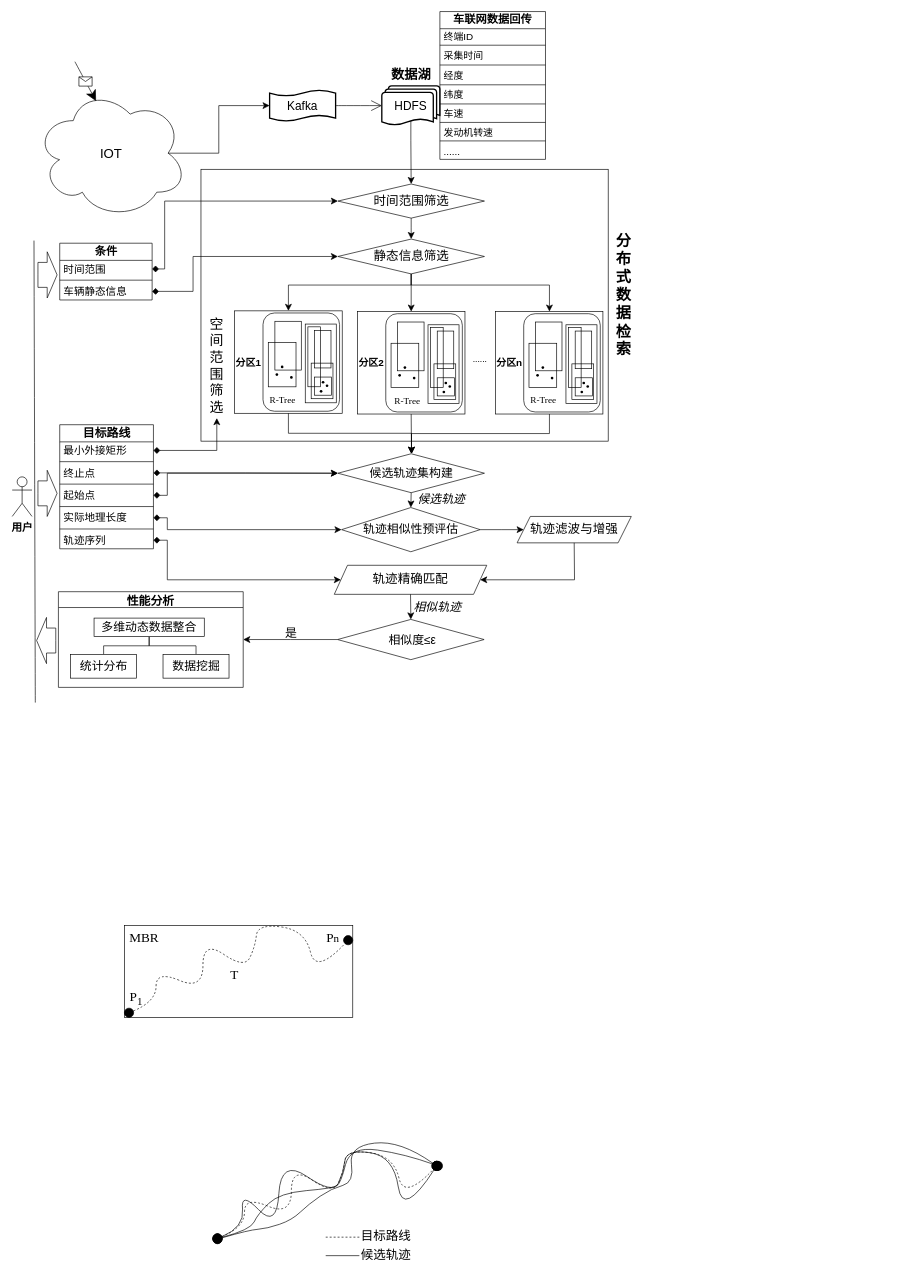
This is 专利1.drawio from wangwuhua11/draw, a draw.io file, before an edit. Source tidied: cells renumbered, new cells numbered last; positions are measured from the earlier drawing's top-left corner, leaving out a move shared by most shapes. Both pictures are drawn from the tidied source at 66%, with x=0, y=0 at pixel (12, 11).
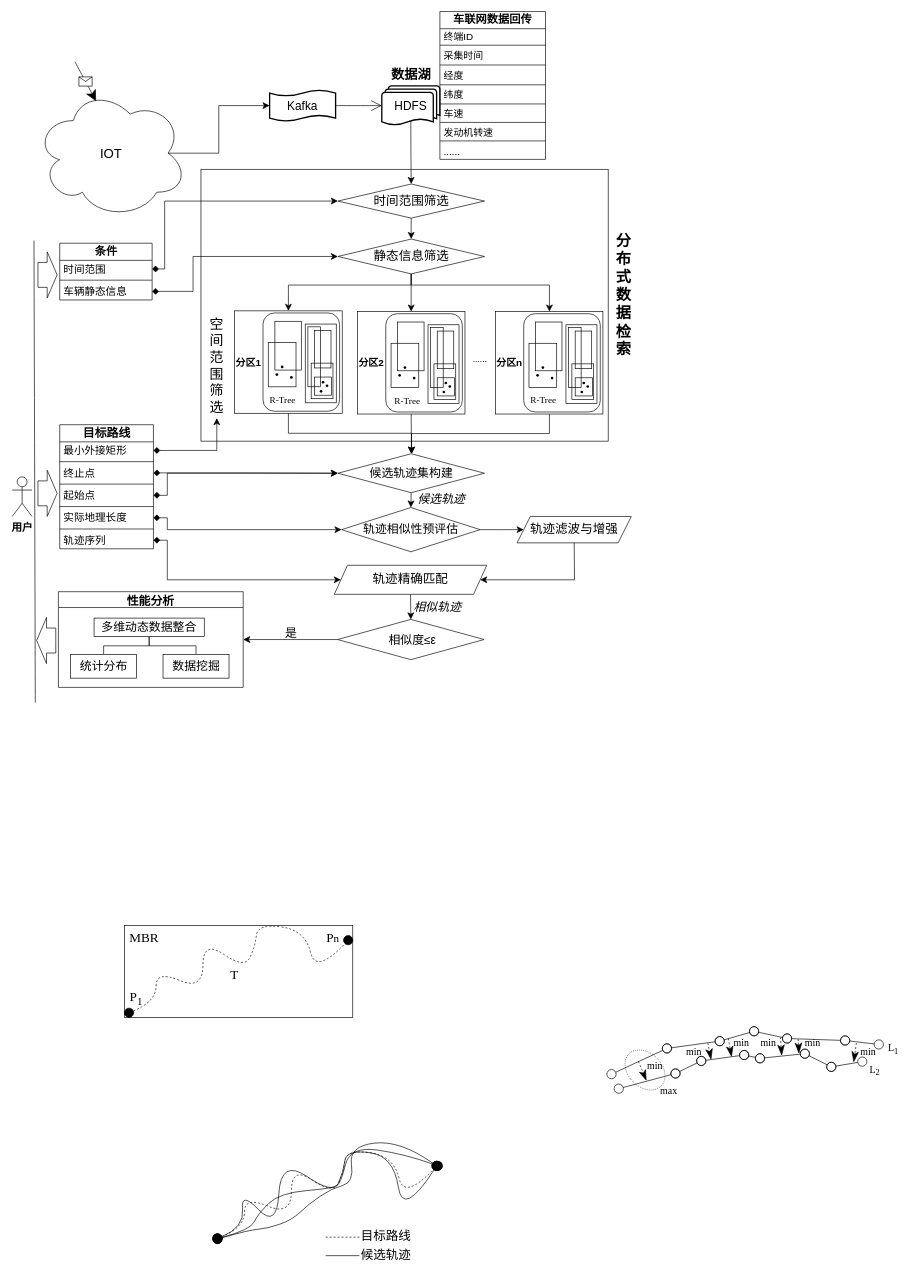
The same page after the edit.

Change to the diagram source:
```diff
@@
+    <mxCell id="154" style="ellipse;whiteSpace=wrap;html=1;fontFamily=Architects Daughter;dashed=1;dashPattern=1 2;rotation=45;" parent="1" vertex="1">
+      <mxGeometry x="924.3" y="1578.2" width="69" height="51" as="geometry" />
+    </mxCell>
@@
+    <mxCell id="155" style="endArrow=oval;html=1;rounded=0;fontFamily=Architects Daughter;fontSize=16;startSize=14;endSize=14;sourcePerimeterSpacing=4;targetPerimeterSpacing=8;startArrow=oval;startFill=0;endFill=0;" parent="1" edge="1">
+      <mxGeometry relative="1" as="geometry">
+        <mxPoint x="908" y="1610" as="sourcePoint" />
+        <mxPoint x="992" y="1571" as="targetPoint" />
+      </mxGeometry>
+    </mxCell>
+    <mxCell id="156" style="endArrow=oval;html=1;rounded=0;fontFamily=Architects Daughter;fontSize=16;startSize=14;endSize=14;sourcePerimeterSpacing=4;targetPerimeterSpacing=8;startArrow=oval;startFill=0;endFill=0;" parent="1" edge="1">
+      <mxGeometry relative="1" as="geometry">
+        <mxPoint x="992" y="1571" as="sourcePoint" />
+        <mxPoint x="1072" y="1560" as="targetPoint" />
+      </mxGeometry>
+    </mxCell>
+    <mxCell id="157" style="endArrow=oval;html=1;rounded=0;fontFamily=Architects Daughter;fontSize=16;startSize=14;endSize=14;sourcePerimeterSpacing=4;targetPerimeterSpacing=8;startArrow=oval;startFill=0;endFill=0;" parent="1" edge="1">
+      <mxGeometry relative="1" as="geometry">
+        <mxPoint x="1072" y="1560" as="sourcePoint" />
+        <mxPoint x="1124" y="1545" as="targetPoint" />
+      </mxGeometry>
+    </mxCell>
+    <mxCell id="158" style="endArrow=oval;html=1;rounded=0;fontFamily=Architects Daughter;fontSize=16;startSize=14;endSize=14;sourcePerimeterSpacing=4;targetPerimeterSpacing=8;startArrow=oval;startFill=0;endFill=0;" parent="1" edge="1">
+      <mxGeometry relative="1" as="geometry">
+        <mxPoint x="1124" y="1545" as="sourcePoint" />
+        <mxPoint x="1174" y="1556" as="targetPoint" />
+      </mxGeometry>
+    </mxCell>
+    <mxCell id="159" style="endArrow=oval;html=1;rounded=0;fontFamily=Architects Daughter;fontSize=16;startSize=14;endSize=14;sourcePerimeterSpacing=4;targetPerimeterSpacing=8;startArrow=oval;startFill=0;endFill=0;" parent="1" edge="1">
+      <mxGeometry relative="1" as="geometry">
+        <mxPoint x="1174" y="1556" as="sourcePoint" />
+        <mxPoint x="1262" y="1559" as="targetPoint" />
+      </mxGeometry>
+    </mxCell>
+    <mxCell id="160" style="endArrow=oval;html=1;rounded=0;fontFamily=Architects Daughter;fontSize=16;startSize=14;endSize=14;sourcePerimeterSpacing=4;targetPerimeterSpacing=8;startArrow=oval;startFill=0;endFill=0;" parent="1" edge="1">
+      <mxGeometry relative="1" as="geometry">
+        <mxPoint x="1262" y="1559" as="sourcePoint" />
+        <mxPoint x="1313" y="1565" as="targetPoint" />
+      </mxGeometry>
+    </mxCell>
+    <mxCell id="161" style="endArrow=oval;html=1;rounded=0;fontFamily=Architects Daughter;fontSize=16;startSize=14;endSize=14;sourcePerimeterSpacing=4;targetPerimeterSpacing=8;startArrow=oval;startFill=0;endFill=0;" parent="1" edge="1">
+      <mxGeometry relative="1" as="geometry">
+        <mxPoint x="919" y="1632" as="sourcePoint" />
+        <mxPoint x="1005" y="1609" as="targetPoint" />
+      </mxGeometry>
+    </mxCell>
+    <mxCell id="162" style="endArrow=oval;html=1;rounded=0;fontFamily=Architects Daughter;fontSize=16;startSize=14;endSize=14;sourcePerimeterSpacing=4;targetPerimeterSpacing=8;startArrow=oval;startFill=0;endFill=0;" parent="1" edge="1">
+      <mxGeometry relative="1" as="geometry">
+        <mxPoint x="1005" y="1609" as="sourcePoint" />
+        <mxPoint x="1044" y="1590" as="targetPoint" />
+      </mxGeometry>
+    </mxCell>
+    <mxCell id="163" style="endArrow=oval;html=1;rounded=0;fontFamily=Architects Daughter;fontSize=16;startSize=14;endSize=14;sourcePerimeterSpacing=4;targetPerimeterSpacing=8;startArrow=oval;startFill=0;endFill=0;" parent="1" edge="1">
+      <mxGeometry relative="1" as="geometry">
+        <mxPoint x="1109" y="1581" as="sourcePoint" />
+        <mxPoint x="1133" y="1586" as="targetPoint" />
+      </mxGeometry>
+    </mxCell>
+    <mxCell id="164" style="endArrow=oval;html=1;rounded=0;fontFamily=Architects Daughter;fontSize=16;startSize=14;endSize=14;sourcePerimeterSpacing=4;targetPerimeterSpacing=8;startArrow=oval;startFill=0;endFill=0;" parent="1" edge="1">
+      <mxGeometry relative="1" as="geometry">
+        <mxPoint x="1133" y="1586" as="sourcePoint" />
+        <mxPoint x="1201" y="1579" as="targetPoint" />
+      </mxGeometry>
+    </mxCell>
+    <mxCell id="165" style="endArrow=oval;html=1;rounded=0;fontFamily=Architects Daughter;fontSize=16;startSize=14;endSize=14;sourcePerimeterSpacing=4;targetPerimeterSpacing=8;startArrow=oval;startFill=0;endFill=0;" parent="1" edge="1">
+      <mxGeometry relative="1" as="geometry">
+        <mxPoint x="1201" y="1579" as="sourcePoint" />
+        <mxPoint x="1241" y="1599" as="targetPoint" />
+      </mxGeometry>
+    </mxCell>
+    <mxCell id="166" style="endArrow=oval;html=1;rounded=0;fontFamily=Architects Daughter;fontSize=16;startSize=14;endSize=14;sourcePerimeterSpacing=4;targetPerimeterSpacing=8;startArrow=oval;startFill=0;endFill=0;" parent="1" edge="1">
+      <mxGeometry relative="1" as="geometry">
+        <mxPoint x="1241" y="1599" as="sourcePoint" />
+        <mxPoint x="1288" y="1591" as="targetPoint" />
+      </mxGeometry>
+    </mxCell>
+    <mxCell id="167" style="endArrow=oval;html=1;rounded=0;fontFamily=Architects Daughter;fontSize=16;startSize=14;endSize=14;sourcePerimeterSpacing=4;targetPerimeterSpacing=8;startArrow=oval;startFill=0;endFill=0;" parent="1" edge="1">
+      <mxGeometry relative="1" as="geometry">
+        <mxPoint x="1044" y="1590" as="sourcePoint" />
+        <mxPoint x="1109" y="1581" as="targetPoint" />
+      </mxGeometry>
+    </mxCell>
+    <mxCell id="168" style="endArrow=classicThin;html=1;rounded=0;fontFamily=Architects Daughter;fontSize=16;startSize=6;endSize=14;sourcePerimeterSpacing=8;targetPerimeterSpacing=8;curved=1;dashed=1;endFill=1;strokeWidth=1;" parent="1" edge="1">
+      <mxGeometry relative="1" as="geometry">
+        <mxPoint x="949" y="1591" as="sourcePoint" />
+        <mxPoint x="961" y="1620" as="targetPoint" />
+      </mxGeometry>
+    </mxCell>
+    <mxCell id="169" style="endArrow=classicThin;html=1;rounded=0;fontFamily=Architects Daughter;fontSize=16;startSize=6;endSize=14;sourcePerimeterSpacing=8;targetPerimeterSpacing=8;curved=1;dashed=1;endFill=1;strokeWidth=1;" parent="1" edge="1">
+      <mxGeometry relative="1" as="geometry">
+        <mxPoint x="1054" y="1563" as="sourcePoint" />
+        <mxPoint x="1059" y="1588" as="targetPoint" />
+      </mxGeometry>
+    </mxCell>
+    <mxCell id="170" style="endArrow=classicThin;html=1;rounded=0;fontFamily=Architects Daughter;fontSize=16;startSize=6;endSize=14;sourcePerimeterSpacing=8;targetPerimeterSpacing=8;curved=1;dashed=1;endFill=1;strokeWidth=1;" parent="1" edge="1">
+      <mxGeometry relative="1" as="geometry">
+        <mxPoint x="1085" y="1556" as="sourcePoint" />
+        <mxPoint x="1090" y="1584" as="targetPoint" />
+      </mxGeometry>
+    </mxCell>
+    <mxCell id="171" style="endArrow=classicThin;html=1;rounded=0;fontFamily=Architects Daughter;fontSize=16;startSize=6;endSize=14;sourcePerimeterSpacing=8;targetPerimeterSpacing=8;curved=1;dashed=1;endFill=1;strokeWidth=1;" parent="1" edge="1">
+      <mxGeometry relative="1" as="geometry">
+        <mxPoint x="1164" y="1554" as="sourcePoint" />
+        <mxPoint x="1166" y="1582" as="targetPoint" />
+      </mxGeometry>
+    </mxCell>
+    <mxCell id="172" style="endArrow=classicThin;html=1;rounded=0;fontFamily=Architects Daughter;fontSize=16;startSize=6;endSize=14;sourcePerimeterSpacing=8;targetPerimeterSpacing=8;curved=1;dashed=1;endFill=1;strokeWidth=1;" parent="1" edge="1">
+      <mxGeometry relative="1" as="geometry">
+        <mxPoint x="1191" y="1557" as="sourcePoint" />
+        <mxPoint x="1192" y="1579" as="targetPoint" />
+      </mxGeometry>
+    </mxCell>
+    <mxCell id="173" style="endArrow=classicThin;html=1;rounded=0;fontFamily=Architects Daughter;fontSize=16;startSize=6;endSize=14;sourcePerimeterSpacing=8;targetPerimeterSpacing=8;curved=1;dashed=1;endFill=1;strokeWidth=1;" parent="1" edge="1">
+      <mxGeometry relative="1" as="geometry">
+        <mxPoint x="1279" y="1563" as="sourcePoint" />
+        <mxPoint x="1275" y="1592" as="targetPoint" />
+      </mxGeometry>
+    </mxCell>
+    <mxCell id="174" value="&lt;font face=&quot;Times New Roman&quot; style=&quot;font-size: 15px;&quot;&gt;min&lt;/font&gt;" style="text;html=1;align=center;verticalAlign=middle;whiteSpace=wrap;rounded=0;fontSize=15;fontFamily=Architects Daughter;" parent="1" vertex="1">
+      <mxGeometry x="960" y="1588" width="28" height="20" as="geometry" />
+    </mxCell>
+    <mxCell id="175" value="&lt;font face=&quot;Times New Roman&quot; style=&quot;font-size: 15px;&quot;&gt;min&lt;/font&gt;" style="text;html=1;align=center;verticalAlign=middle;whiteSpace=wrap;rounded=0;fontSize=15;fontFamily=Architects Daughter;" parent="1" vertex="1">
+      <mxGeometry x="1019" y="1566" width="28" height="20" as="geometry" />
+    </mxCell>
+    <mxCell id="176" value="&lt;font face=&quot;Times New Roman&quot; style=&quot;font-size: 15px;&quot;&gt;min&lt;/font&gt;" style="text;html=1;align=center;verticalAlign=middle;whiteSpace=wrap;rounded=0;fontSize=15;fontFamily=Architects Daughter;" parent="1" vertex="1">
+      <mxGeometry x="1091" y="1553" width="28" height="20" as="geometry" />
+    </mxCell>
+    <mxCell id="177" value="&lt;font face=&quot;Times New Roman&quot; style=&quot;font-size: 15px;&quot;&gt;min&lt;/font&gt;" style="text;html=1;align=center;verticalAlign=middle;whiteSpace=wrap;rounded=0;fontSize=15;fontFamily=Architects Daughter;" parent="1" vertex="1">
+      <mxGeometry x="1132" y="1553" width="28" height="20" as="geometry" />
+    </mxCell>
+    <mxCell id="178" value="&lt;font face=&quot;Times New Roman&quot; style=&quot;font-size: 15px;&quot;&gt;min&lt;/font&gt;" style="text;html=1;align=center;verticalAlign=middle;whiteSpace=wrap;rounded=0;fontSize=15;fontFamily=Architects Daughter;" parent="1" vertex="1">
+      <mxGeometry x="1199" y="1553" width="28" height="20" as="geometry" />
+    </mxCell>
+    <mxCell id="179" value="&lt;font face=&quot;Times New Roman&quot; style=&quot;font-size: 15px;&quot;&gt;min&lt;/font&gt;" style="text;html=1;align=center;verticalAlign=middle;whiteSpace=wrap;rounded=0;fontSize=15;fontFamily=Architects Daughter;" parent="1" vertex="1">
+      <mxGeometry x="1283" y="1566" width="28" height="20" as="geometry" />
+    </mxCell>
+    <mxCell id="180" value="&lt;font face=&quot;Times New Roman&quot; style=&quot;font-size: 15px;&quot;&gt;max&lt;/font&gt;" style="text;html=1;align=center;verticalAlign=middle;whiteSpace=wrap;rounded=0;fontSize=15;fontFamily=Architects Daughter;" parent="1" vertex="1">
+      <mxGeometry x="981" y="1625" width="28" height="20" as="geometry" />
+    </mxCell>
+    <mxCell id="181" value="&lt;font face=&quot;Times New Roman&quot; style=&quot;font-size: 15px;&quot;&gt;L&lt;sub&gt;2&lt;/sub&gt;&lt;/font&gt;" style="text;html=1;align=center;verticalAlign=middle;whiteSpace=wrap;rounded=0;fontSize=15;fontFamily=Architects Daughter;" parent="1" vertex="1">
+      <mxGeometry x="1293" y="1593.7" width="28" height="20" as="geometry" />
+    </mxCell>
+    <mxCell id="182" value="&lt;font face=&quot;Times New Roman&quot; style=&quot;font-size: 15px;&quot;&gt;L&lt;sub&gt;1&lt;/sub&gt;&lt;/font&gt;" style="text;html=1;align=center;verticalAlign=middle;whiteSpace=wrap;rounded=0;fontSize=15;fontFamily=Architects Daughter;" parent="1" vertex="1">
+      <mxGeometry x="1321" y="1562" width="28" height="20" as="geometry" />
+    </mxCell>
```
